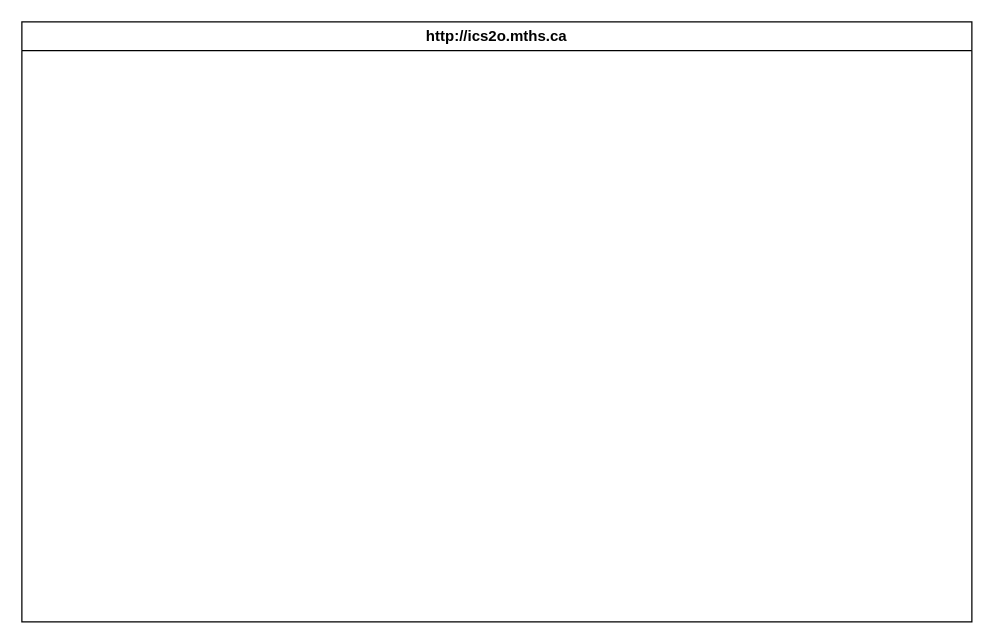
Earlier version of the draw.io diagram design/storyboard.drawio (MTHS-ICD2O-1-2023/ICD2O-Unit-5-04-tymofii-stepanov). Source tidied: cells renumbered, new cells numbered last; positions are measured from the earlier drawing's top-left corner, leaving out a move shared by most shapes. Both pictures are drawn from the tidied source at 125%, with x=0, y=0 at pixel (21, 21).
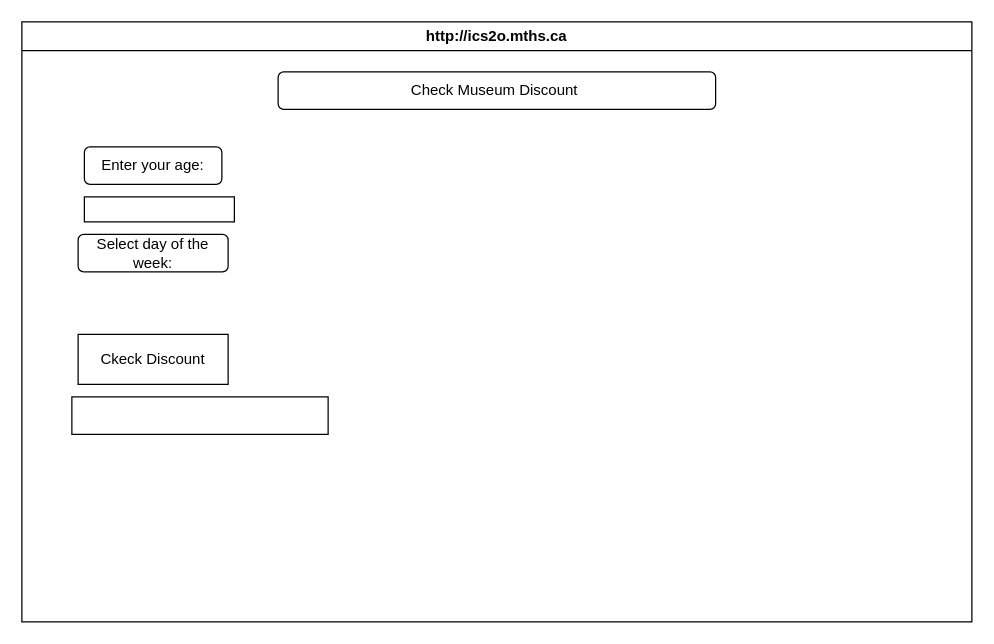
The same diagram, later.

Diff of the diagram source:
```diff
@@
 <mxGraphModel>
   <root>
     <mxCell id="0" />
     <mxCell id="1" parent="0" />
     <mxCell id="2" value="http://ics2o.mths.ca" style="swimlane;whiteSpace=wrap;html=1;" parent="1" vertex="1">
       <mxGeometry width="760" height="480" as="geometry" />
     </mxCell>
+    <mxCell id="3" value="Check Museum Discount&amp;nbsp;" style="rounded=1;whiteSpace=wrap;html=1;" parent="2" vertex="1">
+      <mxGeometry x="205" y="40" width="350" height="30" as="geometry" />
+    </mxCell>
+    <mxCell id="4" value="Enter your age:" style="rounded=1;whiteSpace=wrap;html=1;" parent="2" vertex="1">
+      <mxGeometry x="50" y="100" width="110" height="30" as="geometry" />
+    </mxCell>
+    <mxCell id="5" style="rounded=0;whiteSpace=wrap;html=1;" parent="2" vertex="1">
+      <mxGeometry x="50" y="140" width="120" height="20" as="geometry" />
+    </mxCell>
+    <mxCell id="6" value="Select day of the week:" style="rounded=1;whiteSpace=wrap;html=1;" parent="2" vertex="1">
+      <mxGeometry x="45" y="170" width="120" height="30" as="geometry" />
+    </mxCell>
+    <mxCell id="7" value="Ckeck Discount" style="rounded=0;whiteSpace=wrap;html=1;" parent="2" vertex="1">
+      <mxGeometry x="45" y="250" width="120" height="40" as="geometry" />
+    </mxCell>
+    <mxCell id="8" style="rounded=0;whiteSpace=wrap;html=1;" parent="2" vertex="1">
+      <mxGeometry x="40" y="300" width="205" height="30" as="geometry" />
+    </mxCell>
   </root>
 </mxGraphModel>
```
